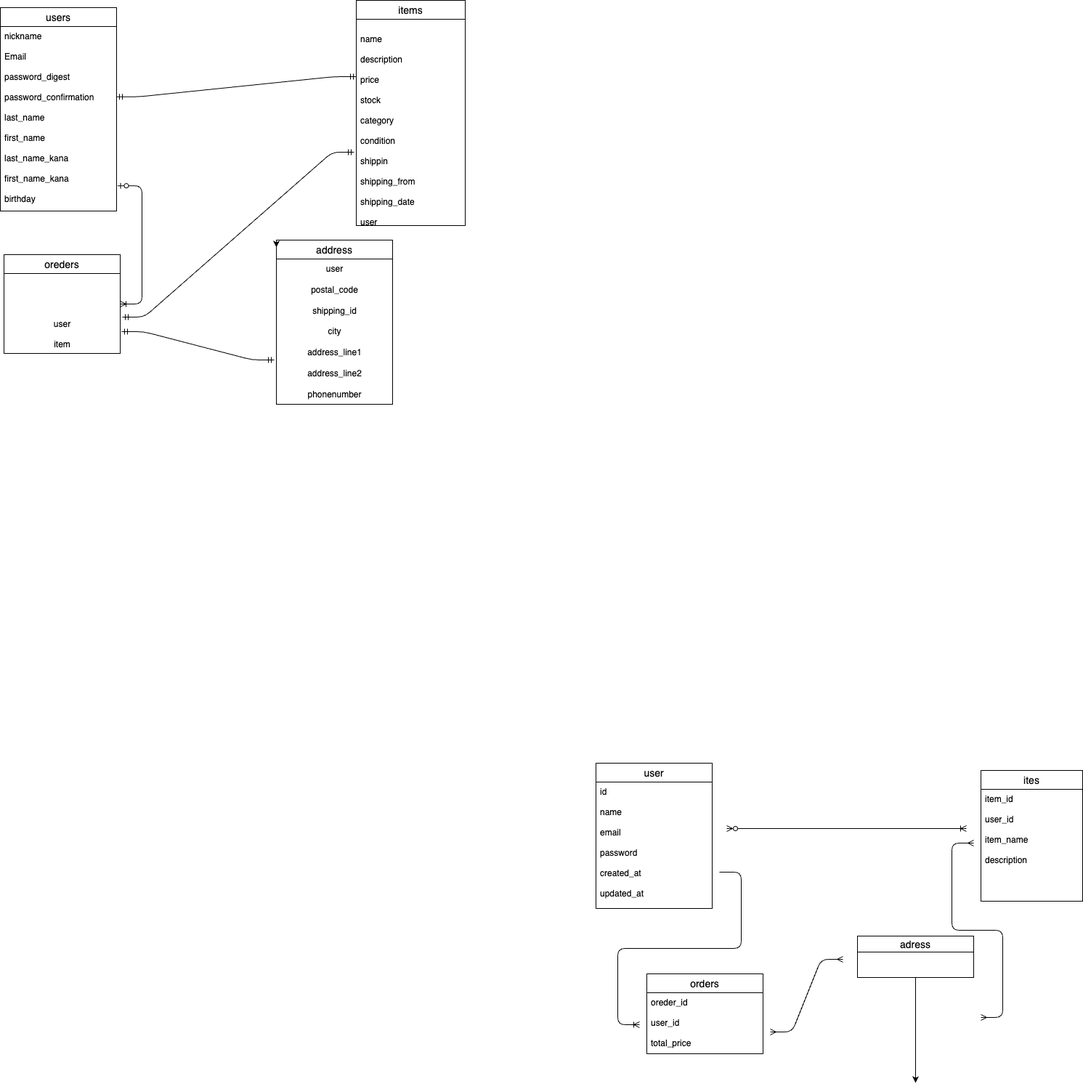
The draw.io diagram drow/furima.drawio.png in takashi14-07/furima-41447, before a commit. Source tidied: cells renumbered, new cells last; positions are measured from the earlier drawing's top-left corner, leaving out a move shared by most shapes.
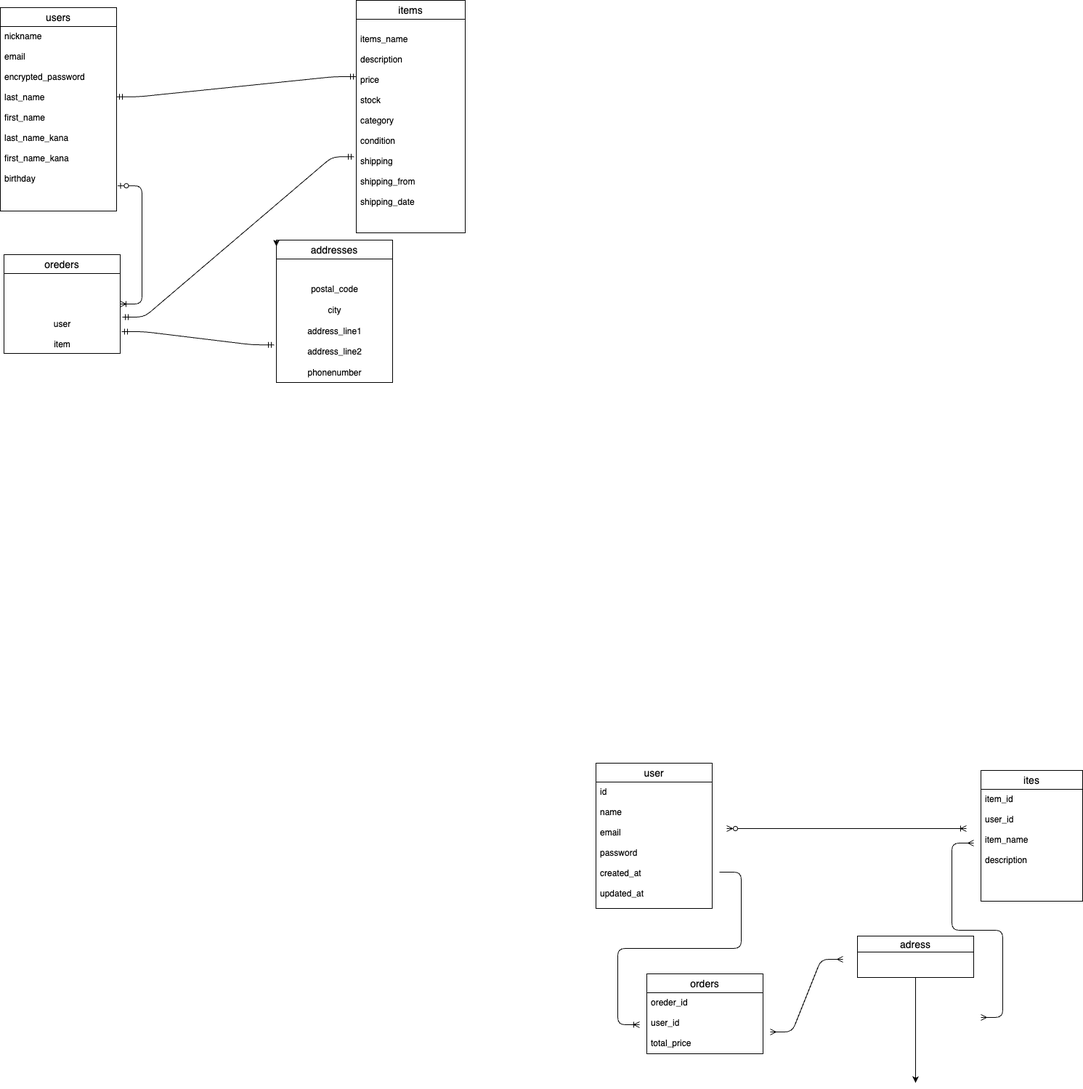
The same file after the commit.

What changed in the source:
```diff
@@ -61,14 +61,14 @@
     <mxCell id="15" value="users" style="swimlane;fontStyle=0;horizontal=1;startSize=26;align=center;fontSize=14;" parent="1" vertex="1">
       <mxGeometry y="10" width="160" height="280" as="geometry" />
     </mxCell>
-    <mxCell id="16" value="nickname&#10;&#10;Email&#10;&#10;password_digest&#10;&#10;password_confirmation&#10;&#10;last_name&#10;&#10;first_name&#10;&#10;last_name_kana&#10;&#10;first_name_kana&#10;&#10;birthday" style="text;strokeColor=none;fillColor=none;spacingLeft=4;spacingRight=4;overflow=hidden;points=[[0,0.5],[1,0.5]];portConstraint=eastwest;fontSize=12;" parent="15" vertex="1">
+    <mxCell id="16" value="nickname&#10;&#10;email&#10;&#10;encrypted_password&#10;&#10;last_name&#10;&#10;first_name&#10;&#10;last_name_kana&#10;&#10;first_name_kana&#10;&#10;birthday" style="text;strokeColor=none;fillColor=none;spacingLeft=4;spacingRight=4;overflow=hidden;points=[[0,0.5],[1,0.5]];portConstraint=eastwest;fontSize=12;" parent="15" vertex="1">
       <mxGeometry y="26" width="160" height="254" as="geometry" />
     </mxCell>
     <mxCell id="17" value="items" style="swimlane;fontStyle=0;horizontal=1;startSize=26;align=center;fontSize=14;" parent="1" vertex="1">
-      <mxGeometry x="490" width="150" height="310" as="geometry" />
+      <mxGeometry x="490" width="150" height="320" as="geometry" />
     </mxCell>
-    <mxCell id="18" value="&#10;name&#10;&#10;description&#10;&#10;price&#10;&#10;stock&#10;&#10;category&#10;&#10;condition&#10;&#10;shippin&#10;&#10;shipping_from&#10;&#10;shipping_date&#10;&#10;user" style="text;strokeColor=none;fillColor=none;spacingLeft=4;spacingRight=4;overflow=hidden;points=[[0,0.5],[1,0.5]];portConstraint=eastwest;fontSize=12;" parent="17" vertex="1">
-      <mxGeometry y="26" width="150" height="284" as="geometry" />
+    <mxCell id="18" value="&#10;items_name&#10;&#10;description&#10;&#10;price&#10;&#10;stock&#10;&#10;category&#10;&#10;condition&#10;&#10;shipping&#10;&#10;shipping_from&#10;&#10;shipping_date&#10;&#10;" style="text;strokeColor=none;fillColor=none;spacingLeft=4;spacingRight=4;overflow=hidden;points=[[0,0.5],[1,0.5]];portConstraint=eastwest;fontSize=12;" parent="17" vertex="1">
+      <mxGeometry y="26" width="150" height="294" as="geometry" />
     </mxCell>
     <mxCell id="19" value="oreders" style="swimlane;fontStyle=0;horizontal=1;startSize=26;align=center;fontSize=14;" parent="1" vertex="1">
       <mxGeometry x="5" y="350" width="160" height="136" as="geometry" />
@@ -76,11 +76,11 @@
     <mxCell id="20" value="&lt;br&gt;&lt;div style=&quot;color: rgb(204, 204, 204); background-color: rgb(31, 31, 31); font-family: Menlo, Monaco, &amp;quot;Courier New&amp;quot;, monospace; line-height: 18px;&quot;&gt;&lt;/div&gt;&lt;br&gt;&lt;br&gt;&lt;br&gt;user&lt;br&gt;&lt;br&gt;item" style="text;html=1;align=center;verticalAlign=middle;points=[];strokeColor=none;fillColor=none;" parent="19" vertex="1">
       <mxGeometry y="26" width="160" height="110" as="geometry" />
     </mxCell>
-    <mxCell id="21" value="address" style="swimlane;fontStyle=0;horizontal=1;startSize=26;align=center;fontSize=14;" parent="1" vertex="1">
-      <mxGeometry x="380" y="330" width="160" height="226" as="geometry" />
+    <mxCell id="21" value="addresses" style="swimlane;fontStyle=0;horizontal=1;startSize=26;align=center;fontSize=14;" parent="1" vertex="1">
+      <mxGeometry x="380" y="330" width="160" height="196" as="geometry" />
     </mxCell>
-    <mxCell id="22" value="user&lt;br&gt;&lt;br&gt;postal_code&lt;br&gt;&lt;br&gt;shipping_id&lt;br&gt;&lt;br&gt;city&lt;br&gt;&lt;br&gt;address_line1&lt;br&gt;&lt;br&gt;address_line2&lt;br&gt;&lt;br&gt;phonenumber" style="text;html=1;align=center;verticalAlign=middle;points=[];strokeColor=none;fillColor=none;" parent="21" vertex="1">
-      <mxGeometry y="26" width="160" height="200" as="geometry" />
+    <mxCell id="22" value="&lt;br&gt;&lt;br&gt;postal_code&lt;br&gt;&lt;br&gt;city&lt;br&gt;&lt;br&gt;address_line1&lt;br&gt;&lt;br&gt;address_line2&lt;br&gt;&lt;br&gt;phonenumber" style="text;html=1;align=center;verticalAlign=middle;points=[];strokeColor=none;fillColor=none;" parent="21" vertex="1">
+      <mxGeometry y="26" width="160" height="170" as="geometry" />
     </mxCell>
     <mxCell id="23" style="edgeStyle=entityRelationEdgeStyle;fontSize=12;html=1;endArrow=ERoneToMany;startArrow=ERzeroToOne;exitX=1.009;exitY=0.863;exitDx=0;exitDy=0;exitPerimeter=0;" parent="1" edge="1" source="16" target="19">
       <mxGeometry relative="1" as="geometry" />
```
